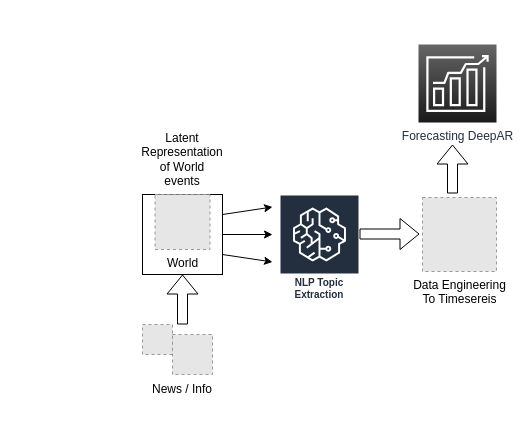
The draw.io diagram documentation/project_diagram.drawio in jhb300/project_submission_hai_performer, before the edit. Source tidied: cells renumbered, new cells numbered last; positions are measured from the earlier drawing's top-left corner, leaving out a move shared by most shapes. Both pictures are drawn from the tidied source at 100%, with x=0, y=0 at pixel (137, 44). Pictures stored in the file or linked from it are replaced by grey dashed boxes.
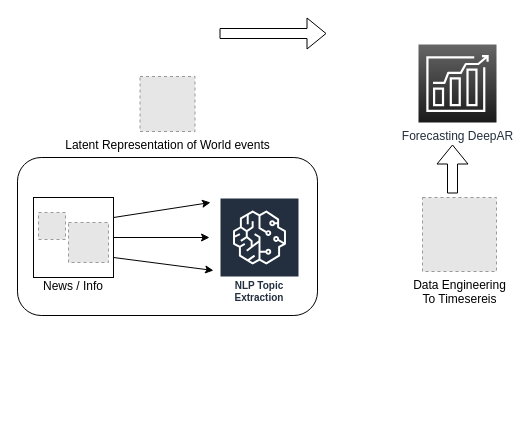
The same page after the edit.

Commit message:
visual separation between NLP and Forecast section

Diff of the diagram source:
```diff
@@
     <mxCell id="2" style="whiteSpace=wrap;html=1;" parent="1" vertex="1">
-      <mxGeometry x="5" y="150" width="80" height="80" as="geometry" />
+      <mxGeometry x="-104" y="153" width="80" height="80" as="geometry" />
     </mxCell>
-    <mxCell id="3" value="World" style="fillColor=#E6E6E6;strokeColor=#999999;dashed=1;html=1;verticalAlign=top;verticalLabelPosition=bottom;labelBackgroundColor=#ffffff;" parent="1" vertex="1">
-      <mxGeometry x="17.5" y="150" width="55" height="55" as="geometry" />
+    <mxCell id="3" value="Latent Representation of World events" style="fillColor=#E6E6E6;strokeColor=#999999;dashed=1;html=1;verticalAlign=top;verticalLabelPosition=bottom;labelBackgroundColor=#ffffff;" parent="1" vertex="1">
+      <mxGeometry x="2.5" y="32" width="55" height="55" as="geometry" />
     </mxCell>
-    <mxCell id="4" value="Latent Representation of World events" style="text;html=1;strokeColor=none;fillColor=none;align=center;verticalAlign=middle;whiteSpace=wrap;rounded=0;" parent="1" vertex="1">
-      <mxGeometry x="15" y="100" width="60" height="30" as="geometry" />
-    </mxCell>
-    <mxCell id="5" style="shape=flexArrow;endArrow=classic;html=1;rounded=0;entryX=0.5;entryY=1;entryDx=0;entryDy=0;" parent="1" edge="1" target="2">
-      <mxGeometry relative="1" as="geometry">
-        <mxPoint x="45" y="280" as="sourcePoint" />
-      </mxGeometry>
-    </mxCell>
     <mxCell id="6" style="fillColor=#E6E6E6;strokeColor=#999999;dashed=1;html=1;verticalAlign=top;verticalLabelPosition=bottom;labelBackgroundColor=#ffffff;" parent="1" vertex="1">
-      <mxGeometry x="5" y="280" width="30" height="30" as="geometry" />
+      <mxGeometry x="-99" y="168" width="27" height="27" as="geometry" />
     </mxCell>
     <mxCell id="7" style="fillColor=#E6E6E6;strokeColor=#999999;dashed=1;html=1;verticalAlign=top;verticalLabelPosition=bottom;labelBackgroundColor=#ffffff;" parent="1" vertex="1">
-      <mxGeometry x="35" y="290" width="40" height="40" as="geometry" />
+      <mxGeometry x="-69" y="178" width="40" height="40" as="geometry" />
     </mxCell>
     <mxCell id="8" value="News / Info" style="text;html=1;strokeColor=none;fillColor=none;align=center;verticalAlign=middle;whiteSpace=wrap;rounded=0;" parent="1" vertex="1">
-      <mxGeometry y="330" width="90" height="30" as="geometry" />
+      <mxGeometry x="-109" y="227" width="90" height="30" as="geometry" />
     </mxCell>
-    <mxCell id="9" style="endArrow=classic;html=1;rounded=0;exitX=1;exitY=0.25;exitDx=0;exitDy=0;entryX=0;entryY=0.25;entryDx=0;entryDy=0;entryPerimeter=0;" parent="1" edge="1" source="2">
+    <mxCell id="9" style="endArrow=classic;html=1;rounded=0;exitX=1;exitY=0.25;exitDx=0;exitDy=0;" parent="1" edge="1" source="2">
       <mxGeometry relative="1" as="geometry">
-        <mxPoint x="135" y="162.5" as="targetPoint" />
+        <mxPoint x="73" y="158" as="targetPoint" />
       </mxGeometry>
     </mxCell>
-    <mxCell id="10" style="endArrow=classic;html=1;rounded=0;exitX=1;exitY=0.5;exitDx=0;exitDy=0;entryX=0;entryY=0.5;entryDx=0;entryDy=0;entryPerimeter=0;" parent="1" edge="1" source="2">
+    <mxCell id="10" style="endArrow=classic;html=1;rounded=0;exitX=1;exitY=0.5;exitDx=0;exitDy=0;" parent="1" edge="1" source="2">
       <mxGeometry relative="1" as="geometry">
-        <mxPoint x="135" y="190" as="targetPoint" />
+        <mxPoint x="72" y="193" as="targetPoint" />
       </mxGeometry>
     </mxCell>
-    <mxCell id="11" style="endArrow=classic;html=1;rounded=0;entryX=0;entryY=0.75;entryDx=0;entryDy=0;entryPerimeter=0;exitX=1;exitY=0.75;exitDx=0;exitDy=0;" parent="1" edge="1" source="2">
+    <mxCell id="11" style="endArrow=classic;html=1;rounded=0;exitX=1;exitY=0.75;exitDx=0;exitDy=0;" parent="1" edge="1" source="2">
       <mxGeometry relative="1" as="geometry">
-        <mxPoint x="135" y="217.5" as="targetPoint" />
+        <mxPoint x="76" y="226" as="targetPoint" />
       </mxGeometry>
     </mxCell>
     <mxCell id="12" value="NLP Topic Extraction" style="sketch=0;fontColor=#232F3E;gradientColor=none;strokeColor=#ffffff;fillColor=#232F3E;dashed=0;verticalLabelPosition=middle;verticalAlign=bottom;align=center;html=1;whiteSpace=wrap;fontSize=10;fontStyle=1;spacing=3;shape=mxgraph.aws4.productIcon;prIcon=mxgraph.aws4.sagemaker;" parent="1" vertex="1">
-      <mxGeometry x="142" y="150" width="80" height="110" as="geometry" />
+      <mxGeometry x="82" y="153" width="80" height="110" as="geometry" />
     </mxCell>
     <mxCell id="13" style="shape=flexArrow;endArrow=classic;html=1;rounded=0;" parent="1" edge="1">
       <mxGeometry relative="1" as="geometry">
-        <mxPoint x="222" y="189.5" as="sourcePoint" />
-        <mxPoint x="282" y="189.5" as="targetPoint" />
+        <mxPoint x="82" y="-11" as="sourcePoint" />
+        <mxPoint x="189" y="-11" as="targetPoint" />
       </mxGeometry>
     </mxCell>
@@
+    <mxCell id="17" style="rounded=1;whiteSpace=wrap;html=1;fillColor=none;" parent="1" vertex="1">
+      <mxGeometry x="-120" y="113" width="300" height="158" as="geometry" />
+    </mxCell>
```
